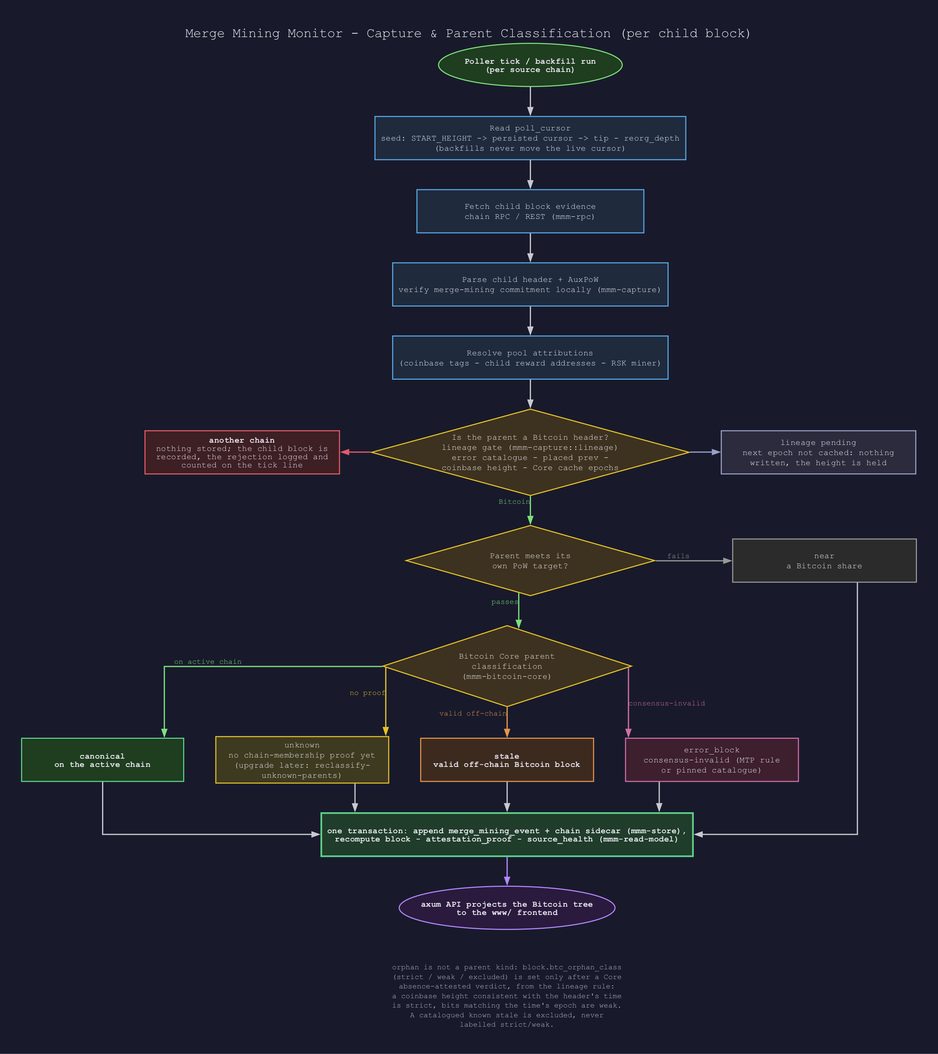
Earlier version of the Graphviz export docs/img/capture-classification-flow.png (deadmanoz/merge-mining-monitor). Its source is kept beside it as docs/img/capture-classification-flow.dot. Source of this version:
```dot
digraph capture_classification_flow {
  graph [bgcolor="#181a2b", fontname="Courier New", fontcolor="#e8e8f0", fontsize=18,
         label="Merge Mining Monitor - Capture & Parent Classification (per child block)",
         labelloc=t, nodesep=0.6, ranksep=0.55, pad=0.4, splines=ortho];
  node  [fontname="Courier New", fontcolor="#e8e8f0", fontsize=11, style=filled,
         shape=box, width=4.2, height=0.8, penwidth=1.4];
  edge  [color="#c8c8d0", penwidth=1.6, arrowsize=0.9, fontname="Courier New",
         fontsize=10];

  start   [shape=ellipse, width=3.4, fillcolor="#1f3d1f", color="#7ee07e",
           label=<<b>Poller tick / backfill run</b><br/><b>(per source chain)</b>>];
  cursor  [fillcolor="#1f2a3d", color="#5aa9e6",
           label="Read poll_cursor\nseed: START_HEIGHT -> persisted cursor -> tip - reorg_depth\n(backfills never move the live cursor)"];
  fetch   [fillcolor="#1f2a3d", color="#5aa9e6",
           label="Fetch child block evidence\nchain RPC / REST (mmm-rpc)"];
  parse   [fillcolor="#1f2a3d", color="#5aa9e6",
           label="Parse child header + AuxPoW\nverify merge-mining commitment locally (mmm-capture)"];
  pools   [fillcolor="#1f2a3d", color="#5aa9e6",
           label="Resolve pool attributions\n(coinbase tags - child reward addresses - RSK miner)"];

  lineage [shape=diamond, width=5.2, height=1.6, fillcolor="#3d321f", color="#e6c229",
           label="Is the parent a Bitcoin header?\nlineage gate (mmm-capture::lineage)\nerror catalogue - placed prev -\ncoinbase height - Core cache epochs"];
  foreign [fillcolor="#3d1f24", color="#e65a6a", width=3.6,
           label=<<b>another chain</b><br/>nothing stored; the child block is<br/>recorded, the rejection logged and<br/>counted on the tick line>];
  pending [fillcolor="#2b2b3d", color="#9aa0c8", width=3.6,
           label="lineage pending\nnext epoch not cached: nothing\nwritten, the height is held"];

  target  [shape=diamond, width=4.6, height=1.3, fillcolor="#3d321f", color="#e6c229",
           label="Parent meets its\nown PoW target?"];
  near    [fillcolor="#2b2b2b", color="#999999", width=3.4,
           label="near\na Bitcoin share"];

  core    [shape=diamond, width=4.6, height=1.5, fillcolor="#3d321f", color="#e6c229",
           label="Bitcoin Core parent\nclassification\n(mmm-bitcoin-core)"];
  canonical [fillcolor="#1f3d1f", color="#5fd38d", width=3.0,
             label=<<b>canonical</b><br/><b>on the active chain</b>>];
  unknown [fillcolor="#3d3a1f", color="#e6c229", width=3.2,
           label="unknown\nno chain-membership proof yet\n(upgrade later: reclassify-\nunknown-parents)"];
  stale   [fillcolor="#3d2a1f", color="#e6964a", width=3.2,
           label=<<b>stale</b><br/><b>valid off-chain Bitcoin block</b>>];
  error   [fillcolor="#3d1f2e", color="#d36fa8", width=3.2,
           label="error_block\nconsensus-invalid (MTP rule\nor pinned catalogue)"];

  write   [fillcolor="#1f3d2a", color="#5fd38d", width=5.6, penwidth=2.2,
           label=<<b>one transaction: append merge_mining_event + chain sidecar (mmm-store),</b><br/><b>recompute block - attestation_proof - source_health (mmm-read-model)</b>>];
  api     [shape=ellipse, width=3.8, fillcolor="#2a1a3d", color="#b388ff",
           label=<<b>axum API projects the Bitcoin tree</b><br/><b>to the www/ frontend</b>>];

  note    [shape=plaintext, style="", width=4.8, fontcolor="#b8b8c8", fontsize=10,
           label="orphan is not a parent kind: block.btc_orphan_class\n(strict / weak / excluded) is set only after a Core\nabsence-attested verdict, from the lineage rule:\na coinbase height consistent with the header's time\nis strict, bits matching the time's epoch are weak.\nA catalogued known stale is excluded, never\nlabelled strict/weak."];

  start -> cursor -> fetch -> parse -> pools -> lineage;
  foreign -> lineage [color="#e65a6a", dir=back];
  lineage -> pending [color="#9aa0c8"];
  lineage -> target  [xlabel="Bitcoin", fontcolor="#7ee07e", color="#7ee07e"];
  target -> near     [xlabel="fails", fontcolor="#999999", color="#999999"];
  target -> core     [xlabel="passes", fontcolor="#7ee07e", color="#7ee07e"];
  core -> canonical  [xlabel="on active chain", fontcolor="#7ee07e", color="#7ee07e"];
  core -> unknown    [xlabel="no proof", fontcolor="#e6c229", color="#e6c229"];
  core -> stale      [xlabel="valid off-chain", fontcolor="#e6964a", color="#e6964a"];
  core -> error      [xlabel="consensus-invalid", fontcolor="#d36fa8", color="#d36fa8"];
  near -> write;
  canonical -> write;
  unknown -> write;
  stale -> write;
  error -> write;
  write -> api [color="#b388ff"];
  api -> note [style=invis];

  { rank=same; foreign; lineage; pending; }
  { rank=same; target; near; }
  { rank=same; canonical; unknown; stale; error; }
}
```
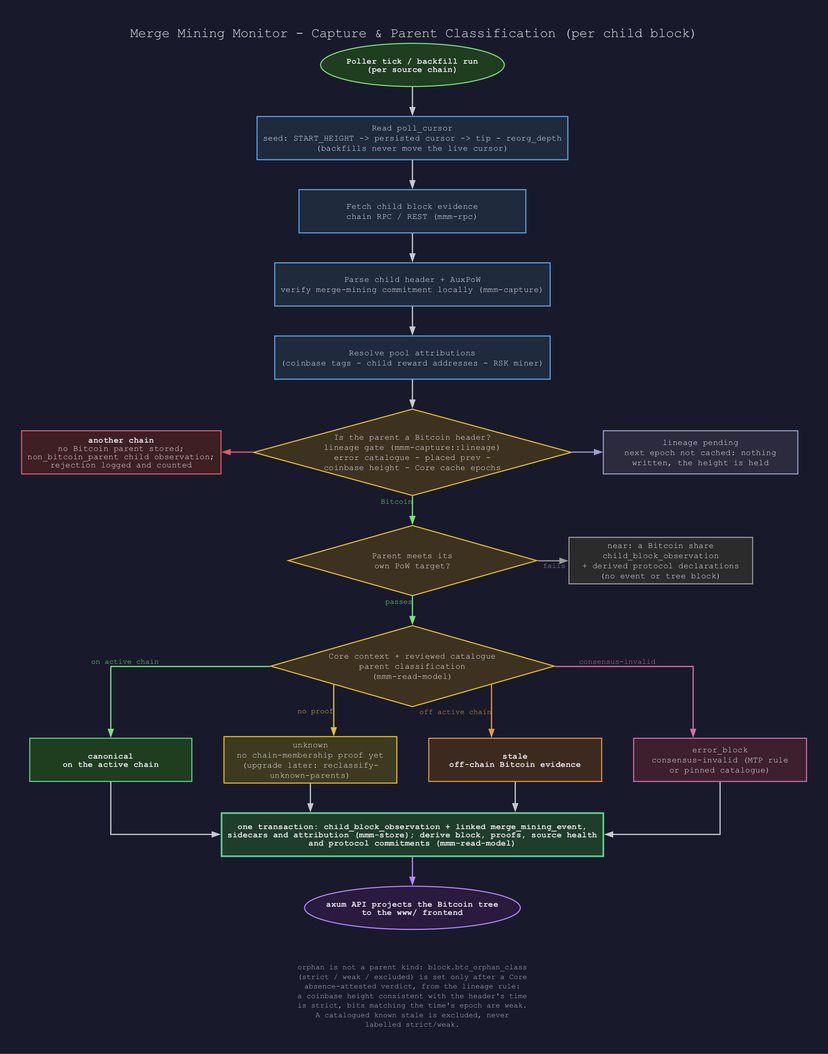
After the change.

Change to the diagram source:
```diff
@@ -21,28 +21,28 @@
   lineage [shape=diamond, width=5.2, height=1.6, fillcolor="#3d321f", color="#e6c229",
            label="Is the parent a Bitcoin header?\nlineage gate (mmm-capture::lineage)\nerror catalogue - placed prev -\ncoinbase height - Core cache epochs"];
   foreign [fillcolor="#3d1f24", color="#e65a6a", width=3.6,
-           label=<<b>another chain</b><br/>nothing stored; the child block is<br/>recorded, the rejection logged and<br/>counted on the tick line>];
+           label=<<b>another chain</b><br/>no Bitcoin parent stored;<br/>non_bitcoin_parent child observation;<br/>rejection logged and counted>];
   pending [fillcolor="#2b2b3d", color="#9aa0c8", width=3.6,
            label="lineage pending\nnext epoch not cached: nothing\nwritten, the height is held"];
 
   target  [shape=diamond, width=4.6, height=1.3, fillcolor="#3d321f", color="#e6c229",
            label="Parent meets its\nown PoW target?"];
   near    [fillcolor="#2b2b2b", color="#999999", width=3.4,
-           label="near\na Bitcoin share"];
+           label="near: a Bitcoin share\nchild_block_observation\n+ derived protocol declarations\n(no event or tree block)"];
 
   core    [shape=diamond, width=4.6, height=1.5, fillcolor="#3d321f", color="#e6c229",
-           label="Bitcoin Core parent\nclassification\n(mmm-bitcoin-core)"];
+           label="Core context + reviewed catalogue\nparent classification\n(mmm-read-model)"];
   canonical [fillcolor="#1f3d1f", color="#5fd38d", width=3.0,
              label=<<b>canonical</b><br/><b>on the active chain</b>>];
   unknown [fillcolor="#3d3a1f", color="#e6c229", width=3.2,
            label="unknown\nno chain-membership proof yet\n(upgrade later: reclassify-\nunknown-parents)"];
   stale   [fillcolor="#3d2a1f", color="#e6964a", width=3.2,
-           label=<<b>stale</b><br/><b>valid off-chain Bitcoin block</b>>];
+           label=<<b>stale</b><br/><b>off-chain Bitcoin evidence</b>>];
   error   [fillcolor="#3d1f2e", color="#d36fa8", width=3.2,
            label="error_block\nconsensus-invalid (MTP rule\nor pinned catalogue)"];
 
   write   [fillcolor="#1f3d2a", color="#5fd38d", width=5.6, penwidth=2.2,
-           label=<<b>one transaction: append merge_mining_event + chain sidecar (mmm-store),</b><br/><b>recompute block - attestation_proof - source_health (mmm-read-model)</b>>];
+           label=<<b>one transaction: child_block_observation + linked merge_mining_event,</b><br/><b>sidecars and attribution (mmm-store); derive block, proofs, source health</b><br/><b>and protocol commitments (mmm-read-model)</b>>];
   api     [shape=ellipse, width=3.8, fillcolor="#2a1a3d", color="#b388ff",
            label=<<b>axum API projects the Bitcoin tree</b><br/><b>to the www/ frontend</b>>];
 
@@ -57,9 +57,9 @@
   target -> core     [xlabel="passes", fontcolor="#7ee07e", color="#7ee07e"];
   core -> canonical  [xlabel="on active chain", fontcolor="#7ee07e", color="#7ee07e"];
   core -> unknown    [xlabel="no proof", fontcolor="#e6c229", color="#e6c229"];
-  core -> stale      [xlabel="valid off-chain", fontcolor="#e6964a", color="#e6964a"];
+  core -> stale      [xlabel="off active chain", fontcolor="#e6964a", color="#e6964a"];
   core -> error      [xlabel="consensus-invalid", fontcolor="#d36fa8", color="#d36fa8"];
-  near -> write;
+
   canonical -> write;
   unknown -> write;
   stale -> write;
```
